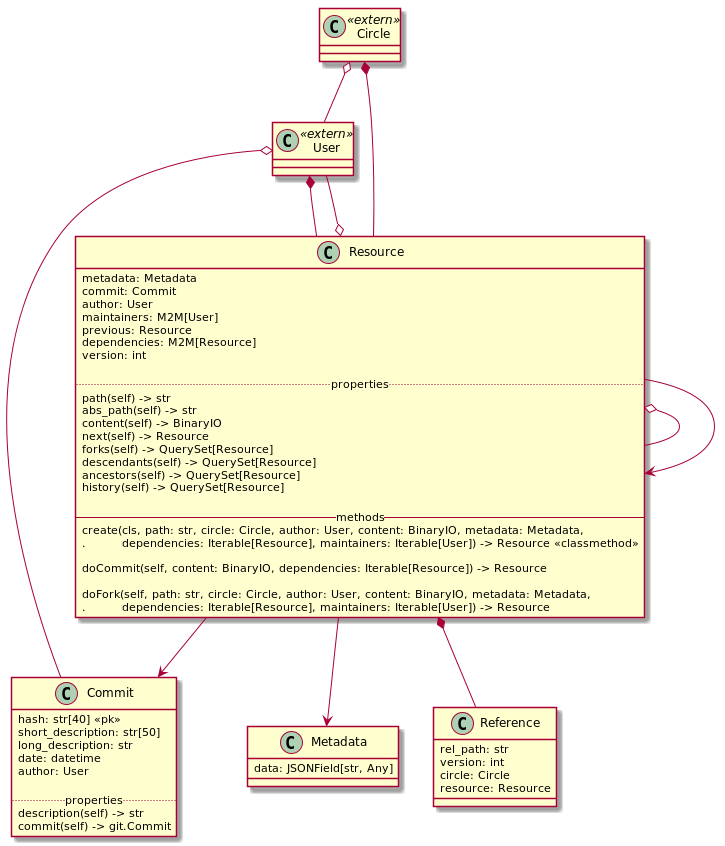
Earlier version of the PlantUML export diagrammes/resources/resource/resource.png (PremierLangage/platon-conception).
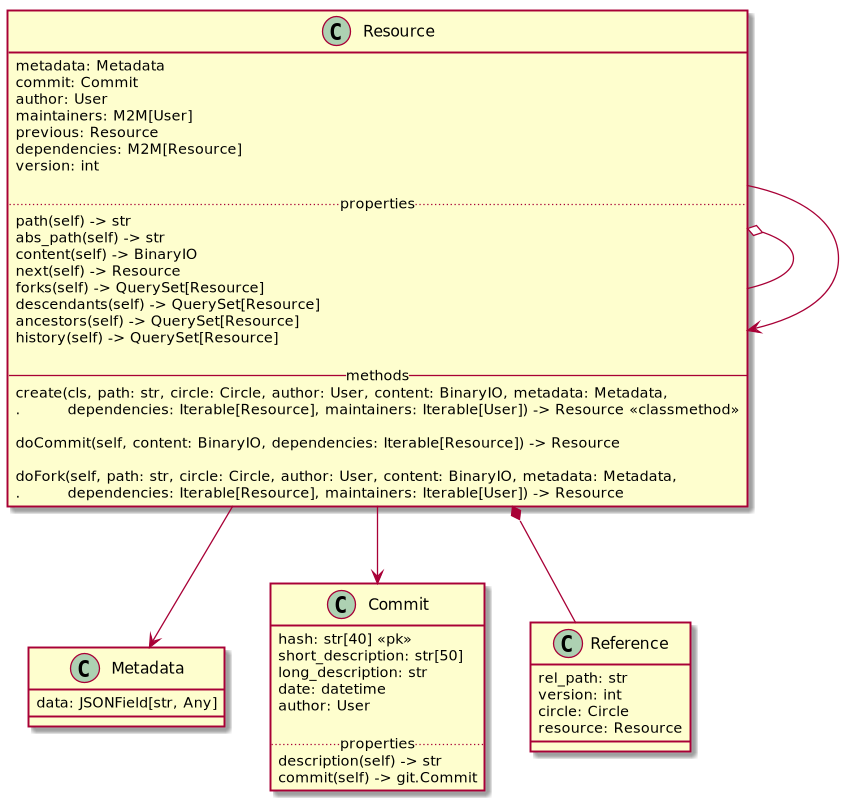
The same diagram one commit later.

The edit, as a diff of the source:
```diff
@@ -1,10 +1,4 @@
 @startuml
-
-class Circle<<extern>> {
-}
-
-class User<<extern>> {
-}
 
 class Metadata {
     data: JSONField[str, Any]
@@ -58,14 +52,10 @@
     .         dependencies: Iterable[Resource], maintainers: Iterable[User]) -> Resource
 }
 
-Circle *-- Resource
-Circle o-- User
-User o-- Commit
-User *-- Resource
+
 Resource --> Metadata
 Resource --> Commit
 Resource o-- Resource
 Resource --> Resource
-Resource o-- User
 Resource *-- Reference
 @enduml
```
